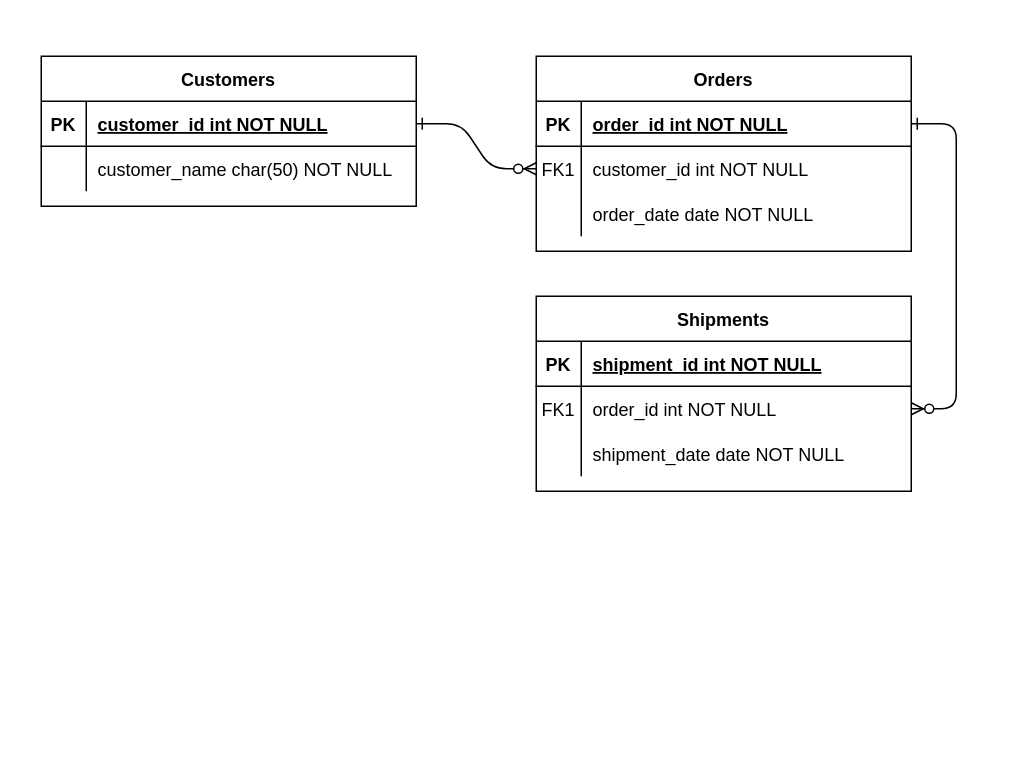
Before: erd/Hospital Management System.drawio in melvinchia3636/erd, a draw.io diagram. Source tidied: cells renumbered, new cells numbered last; positions are measured from the earlier drawing's top-left corner, leaving out a move shared by most shapes. Both pictures are drawn from the tidied source at 150%, with x=0, y=0 at pixel (40, 56).
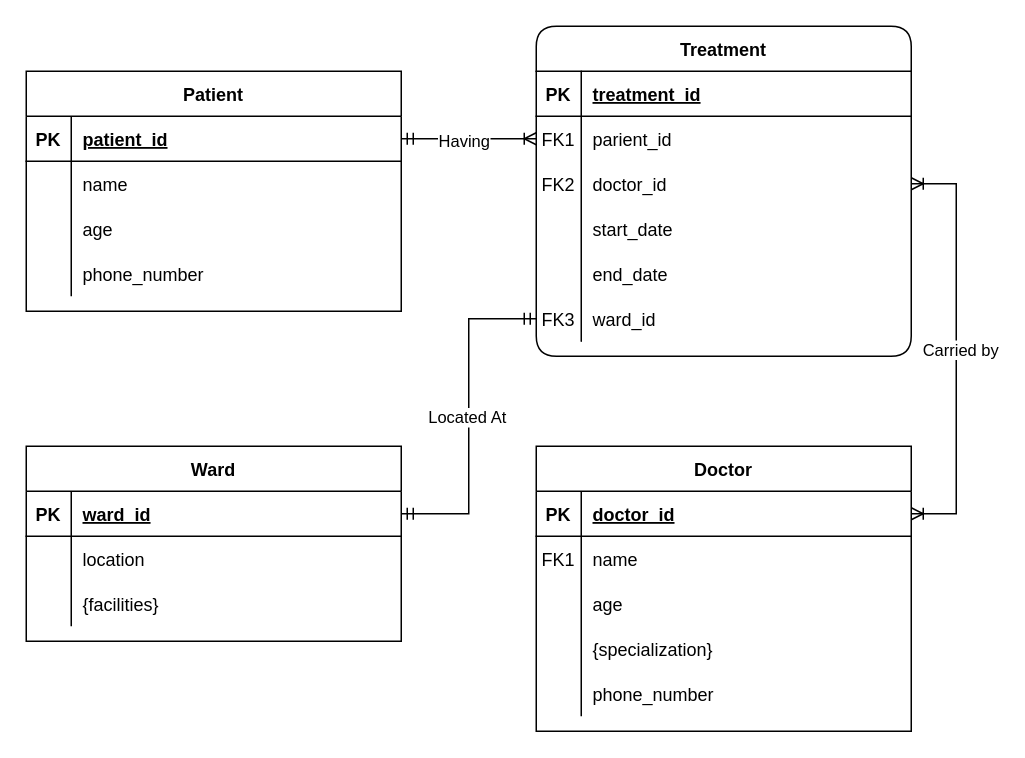
The same diagram, later.

Unchanged cells that the change refers to:
```xml
<mxCell id="5" style="shape=partialRectangle;fillColor=none;points=[[0,0.5],[1,0.5]];portConstraint=eastwest;top=0;left=0;right=0;bottom=1;" parent="4" vertex="1">
  <mxGeometry y="30" width="250" height="30" as="geometry" />
</mxCell>
<mxCell id="8" style="shape=partialRectangle;fillColor=none;points=[[0,0.5],[1,0.5]];portConstraint=eastwest;top=0;left=0;right=0;bottom=0;" parent="4" vertex="1">
  <mxGeometry y="60" width="250" height="30" as="geometry" />
</mxCell>
<mxCell id="15" style="shape=partialRectangle;fillColor=none;points=[[0,0.5],[1,0.5]];portConstraint=eastwest;top=0;left=0;right=0;bottom=1;" parent="14" vertex="1">
  <mxGeometry y="30" width="250" height="30" as="geometry" />
</mxCell>
<mxCell id="18" style="shape=partialRectangle;fillColor=none;points=[[0,0.5],[1,0.5]];portConstraint=eastwest;top=0;left=0;right=0;bottom=0;" parent="14" vertex="1">
  <mxGeometry y="60" width="250" height="30" as="geometry" />
</mxCell>
<mxCell id="21" style="shape=partialRectangle;fillColor=none;top=0;left=0;right=0;bottom=0;" parent="14" vertex="1">
  <mxGeometry y="90" width="250" height="30" as="geometry" />
</mxCell>
<mxCell id="25" style="shape=partialRectangle;fillColor=none;points=[[0,0.5],[1,0.5]];portConstraint=eastwest;top=0;left=0;right=0;bottom=1;" parent="24" vertex="1">
  <mxGeometry y="30" width="250" height="30" as="geometry" />
</mxCell>
<mxCell id="28" style="shape=partialRectangle;fillColor=none;top=0;left=0;right=0;bottom=0;" parent="24" vertex="1">
  <mxGeometry y="60" width="250" height="30" as="geometry" />
</mxCell>
```

Change to the diagram source:
```diff
@@
-    <mxCell id="2" style="edgeStyle=entityRelationEdgeStyle;endArrow=ERzeroToMany;startArrow=ERone;endFill=1;startFill=0;" parent="1" edge="1" source="25" target="8">
+    <mxCell id="2" style="edgeStyle=orthogonalEdgeStyle;endArrow=ERoneToMany;startArrow=ERmandOne;endFill=0;startFill=0;rounded=0;curved=0;" parent="1" edge="1" source="25" target="8">
       <mxGeometry relative="1" as="geometry" />
     </mxCell>
+    <mxCell id="31" value="Having" style="edgeLabel;html=1;align=center;verticalAlign=middle;" parent="2" vertex="1">
+      <mxGeometry x="-0.08" y="-1" relative="1" as="geometry" />
+    </mxCell>
-    <mxCell id="3" style="edgeStyle=entityRelationEdgeStyle;endArrow=ERzeroToMany;startArrow=ERone;endFill=1;startFill=0;" parent="1" edge="1" source="5" target="18">
+    <mxCell id="3" style="edgeStyle=entityRelationEdgeStyle;endArrow=ERoneToMany;startArrow=ERoneToMany;endFill=0;startFill=0;exitX=1;exitY=0.5;exitDx=0;exitDy=0;entryX=1;entryY=0.5;entryDx=0;entryDy=0;rounded=0;curved=0;" parent="1" edge="1" source="33" target="15">
       <mxGeometry relative="1" as="geometry" />
     </mxCell>
+    <mxCell id="32" value="Carried by" style="edgeLabel;html=1;align=center;verticalAlign=middle;" parent="3" vertex="1">
+      <mxGeometry y="2" relative="1" as="geometry" />
+    </mxCell>
-    <mxCell id="4" value="Orders" style="shape=table;startSize=30;childLayout=tableLayout;rowLines=0;fontStyle=1;align=center;" parent="1" vertex="1">
-      <mxGeometry x="330" width="250" height="130" as="geometry" />
+    <mxCell id="4" value="Treatment" style="shape=table;startSize=30;childLayout=tableLayout;rowLines=0;fontStyle=1;align=center;perimeterSpacing=100;linecap=round;linejoin=round;perimeter=ellipsePerimeter;rounded=1;" parent="1" vertex="1">
+      <mxGeometry x="330" y="-20" width="250" height="220" as="geometry" />
     </mxCell>
@@
-    <mxCell id="7" value="order_id int NOT NULL " style="shape=partialRectangle;overflow=hidden;fillColor=none;top=0;left=0;bottom=0;right=0;align=left;spacingLeft=6;fontStyle=5;" parent="5" vertex="1">
+    <mxCell id="7" value="treatment_id" style="shape=partialRectangle;overflow=hidden;fillColor=none;top=0;left=0;bottom=0;right=0;align=left;spacingLeft=6;fontStyle=5;" parent="5" vertex="1">
       <mxGeometry x="30" width="220" height="30" as="geometry" />
     </mxCell>
@@
-    <mxCell id="10" value="customer_id int NOT NULL" style="shape=partialRectangle;overflow=hidden;fillColor=none;top=0;left=0;bottom=0;right=0;align=left;spacingLeft=6;" parent="8" vertex="1">
+    <mxCell id="10" value="parient_id" style="shape=partialRectangle;overflow=hidden;fillColor=none;top=0;left=0;bottom=0;right=0;align=left;spacingLeft=6;" parent="8" vertex="1">
       <mxGeometry x="30" width="220" height="30" as="geometry" />
     </mxCell>
+    <mxCell id="33" style="shape=partialRectangle;fillColor=none;points=[[0,0.5],[1,0.5]];portConstraint=eastwest;top=0;left=0;right=0;bottom=0;" parent="4" vertex="1">
+      <mxGeometry y="90" width="250" height="30" as="geometry" />
+    </mxCell>
+    <mxCell id="34" value="FK2" style="shape=partialRectangle;overflow=hidden;fillColor=none;top=0;left=0;bottom=0;right=0;" parent="33" vertex="1">
+      <mxGeometry width="30" height="30" as="geometry" />
+    </mxCell>
+    <mxCell id="35" value="doctor_id" style="shape=partialRectangle;overflow=hidden;fillColor=none;top=0;left=0;bottom=0;right=0;align=left;spacingLeft=6;" parent="33" vertex="1">
+      <mxGeometry x="30" width="220" height="30" as="geometry" />
+    </mxCell>
     <mxCell id="11" style="shape=partialRectangle;fillColor=none;top=0;left=0;right=0;bottom=0;" parent="4" vertex="1">
-      <mxGeometry y="90" width="250" height="30" as="geometry" />
+      <mxGeometry y="120" width="250" height="30" as="geometry" />
     </mxCell>
@@
-    <mxCell id="13" value="order_date date NOT NULL" style="shape=partialRectangle;overflow=hidden;fillColor=none;top=0;left=0;bottom=0;right=0;align=left;spacingLeft=6;" parent="11" vertex="1">
+    <mxCell id="13" value="start_date" style="shape=partialRectangle;overflow=hidden;fillColor=none;top=0;left=0;bottom=0;right=0;align=left;spacingLeft=6;" parent="11" vertex="1">
       <mxGeometry x="30" width="220" height="30" as="geometry" />
     </mxCell>
+    <mxCell id="36" style="shape=partialRectangle;fillColor=none;top=0;left=0;right=0;bottom=0;" parent="4" vertex="1">
+      <mxGeometry y="150" width="250" height="30" as="geometry" />
+    </mxCell>
+    <mxCell id="37" style="shape=partialRectangle;overflow=hidden;fillColor=none;top=0;left=0;bottom=0;right=0;" parent="36" vertex="1">
+      <mxGeometry width="30" height="30" as="geometry" />
+    </mxCell>
+    <mxCell id="38" value="end_date" style="shape=partialRectangle;overflow=hidden;fillColor=none;top=0;left=0;bottom=0;right=0;align=left;spacingLeft=6;" parent="36" vertex="1">
+      <mxGeometry x="30" width="220" height="30" as="geometry" />
+    </mxCell>
+    <mxCell id="39" style="shape=partialRectangle;fillColor=none;points=[[0,0.5],[1,0.5]];portConstraint=eastwest;top=0;left=0;right=0;bottom=0;" parent="4" vertex="1">
+      <mxGeometry y="180" width="250" height="30" as="geometry" />
+    </mxCell>
+    <mxCell id="40" value="FK3" style="shape=partialRectangle;overflow=hidden;fillColor=none;top=0;left=0;bottom=0;right=0;" parent="39" vertex="1">
+      <mxGeometry width="30" height="30" as="geometry" />
+    </mxCell>
+    <mxCell id="41" value="ward_id" style="shape=partialRectangle;overflow=hidden;fillColor=none;top=0;left=0;bottom=0;right=0;align=left;spacingLeft=6;" parent="39" vertex="1">
+      <mxGeometry x="30" width="220" height="30" as="geometry" />
+    </mxCell>
-    <mxCell id="14" value="Shipments" style="shape=table;startSize=30;childLayout=tableLayout;rowLines=0;fontStyle=1;align=center;" parent="1" vertex="1">
-      <mxGeometry x="330" y="160" width="250" height="130" as="geometry" />
+    <mxCell id="14" value="Doctor" style="shape=table;startSize=30;childLayout=tableLayout;rowLines=0;fontStyle=1;align=center;" parent="1" vertex="1">
+      <mxGeometry x="330" y="260" width="250" height="190" as="geometry" />
     </mxCell>
@@
-    <mxCell id="17" value="shipment_id int NOT NULL " style="shape=partialRectangle;overflow=hidden;fillColor=none;top=0;left=0;bottom=0;right=0;align=left;spacingLeft=6;fontStyle=5;" parent="15" vertex="1">
+    <mxCell id="17" value="doctor_id" style="shape=partialRectangle;overflow=hidden;fillColor=none;top=0;left=0;bottom=0;right=0;align=left;spacingLeft=6;fontStyle=5;" parent="15" vertex="1">
       <mxGeometry x="30" width="220" height="30" as="geometry" />
     </mxCell>
@@
-    <mxCell id="20" value="order_id int NOT NULL" style="shape=partialRectangle;overflow=hidden;fillColor=none;top=0;left=0;bottom=0;right=0;align=left;spacingLeft=6;" parent="18" vertex="1">
+    <mxCell id="20" value="name" style="shape=partialRectangle;overflow=hidden;fillColor=none;top=0;left=0;bottom=0;right=0;align=left;spacingLeft=6;" parent="18" vertex="1">
       <mxGeometry x="30" width="220" height="30" as="geometry" />
     </mxCell>
@@
-    <mxCell id="23" value="shipment_date date NOT NULL" style="shape=partialRectangle;overflow=hidden;fillColor=none;top=0;left=0;bottom=0;right=0;align=left;spacingLeft=6;" parent="21" vertex="1">
+    <mxCell id="23" value="age" style="shape=partialRectangle;overflow=hidden;fillColor=none;top=0;left=0;bottom=0;right=0;align=left;spacingLeft=6;" parent="21" vertex="1">
       <mxGeometry x="30" width="220" height="30" as="geometry" />
     </mxCell>
+    <mxCell id="42" style="shape=partialRectangle;fillColor=none;top=0;left=0;right=0;bottom=0;" parent="14" vertex="1">
+      <mxGeometry y="120" width="250" height="30" as="geometry" />
+    </mxCell>
+    <mxCell id="43" style="shape=partialRectangle;overflow=hidden;fillColor=none;top=0;left=0;bottom=0;right=0;" parent="42" vertex="1">
+      <mxGeometry width="30" height="30" as="geometry" />
+    </mxCell>
+    <mxCell id="44" value="{specialization}" style="shape=partialRectangle;overflow=hidden;fillColor=none;top=0;left=0;bottom=0;right=0;align=left;spacingLeft=6;" parent="42" vertex="1">
+      <mxGeometry x="30" width="220" height="30" as="geometry" />
+    </mxCell>
+    <mxCell id="45" style="shape=partialRectangle;fillColor=none;top=0;left=0;right=0;bottom=0;" parent="14" vertex="1">
+      <mxGeometry y="150" width="250" height="30" as="geometry" />
+    </mxCell>
+    <mxCell id="46" style="shape=partialRectangle;overflow=hidden;fillColor=none;top=0;left=0;bottom=0;right=0;" parent="45" vertex="1">
+      <mxGeometry width="30" height="30" as="geometry" />
+    </mxCell>
+    <mxCell id="47" value="phone_number" style="shape=partialRectangle;overflow=hidden;fillColor=none;top=0;left=0;bottom=0;right=0;align=left;spacingLeft=6;" parent="45" vertex="1">
+      <mxGeometry x="30" width="220" height="30" as="geometry" />
+    </mxCell>
-    <mxCell id="24" value="Customers" style="shape=table;startSize=30;childLayout=tableLayout;rowLines=0;fontStyle=1;align=center;" parent="1" vertex="1">
-      <mxGeometry width="250" height="100" as="geometry" />
+    <mxCell id="24" value="Patient" style="shape=table;startSize=30;childLayout=tableLayout;rowLines=0;fontStyle=1;align=center;" parent="1" vertex="1">
+      <mxGeometry x="-10" y="10" width="250" height="160" as="geometry" />
     </mxCell>
@@
-    <mxCell id="27" value="customer_id int NOT NULL " style="shape=partialRectangle;overflow=hidden;fillColor=none;top=0;left=0;bottom=0;right=0;align=left;spacingLeft=6;fontStyle=5;" parent="25" vertex="1">
+    <mxCell id="27" value="patient_id" style="shape=partialRectangle;overflow=hidden;fillColor=none;top=0;left=0;bottom=0;right=0;align=left;spacingLeft=6;fontStyle=5;" parent="25" vertex="1">
       <mxGeometry x="30" width="220" height="30" as="geometry" />
     </mxCell>
@@
-    <mxCell id="30" value="customer_name char(50) NOT NULL" style="shape=partialRectangle;overflow=hidden;fillColor=none;top=0;left=0;bottom=0;right=0;align=left;spacingLeft=6;" parent="28" vertex="1">
+    <mxCell id="30" value="name" style="shape=partialRectangle;overflow=hidden;fillColor=none;top=0;left=0;bottom=0;right=0;align=left;spacingLeft=6;" parent="28" vertex="1">
       <mxGeometry x="30" width="220" height="30" as="geometry" />
     </mxCell>
+    <mxCell id="48" style="shape=partialRectangle;fillColor=none;top=0;left=0;right=0;bottom=0;" parent="24" vertex="1">
+      <mxGeometry y="90" width="250" height="30" as="geometry" />
+    </mxCell>
+    <mxCell id="49" style="shape=partialRectangle;overflow=hidden;fillColor=none;top=0;left=0;bottom=0;right=0;" parent="48" vertex="1">
+      <mxGeometry width="30" height="30" as="geometry" />
+    </mxCell>
+    <mxCell id="50" value="age" style="shape=partialRectangle;overflow=hidden;fillColor=none;top=0;left=0;bottom=0;right=0;align=left;spacingLeft=6;" parent="48" vertex="1">
+      <mxGeometry x="30" width="220" height="30" as="geometry" />
+    </mxCell>
+    <mxCell id="51" style="shape=partialRectangle;fillColor=none;top=0;left=0;right=0;bottom=0;" parent="24" vertex="1">
+      <mxGeometry y="120" width="250" height="30" as="geometry" />
+    </mxCell>
+    <mxCell id="52" style="shape=partialRectangle;overflow=hidden;fillColor=none;top=0;left=0;bottom=0;right=0;" parent="51" vertex="1">
+      <mxGeometry width="30" height="30" as="geometry" />
+    </mxCell>
+    <mxCell id="53" value="phone_number" style="shape=partialRectangle;overflow=hidden;fillColor=none;top=0;left=0;bottom=0;right=0;align=left;spacingLeft=6;" parent="51" vertex="1">
+      <mxGeometry x="30" width="220" height="30" as="geometry" />
+    </mxCell>
+    <mxCell id="54" style="rounded=0;jettySize=auto;html=1;exitX=1;exitY=0.5;exitDx=0;exitDy=0;strokeColor=default;startArrow=ERmandOne;startFill=0;endArrow=ERmandOne;endFill=0;entryX=0;entryY=0.5;entryDx=0;entryDy=0;edgeStyle=orthogonalEdgeStyle;" parent="1" edge="1" source="57" target="39">
+      <mxGeometry relative="1" as="geometry" />
+    </mxCell>
+    <mxCell id="55" value="Located At" style="edgeLabel;html=1;align=center;verticalAlign=middle;" parent="54" vertex="1">
+      <mxGeometry y="2" relative="1" as="geometry" />
+    </mxCell>
+    <mxCell id="56" value="Ward" style="shape=table;startSize=30;childLayout=tableLayout;rowLines=0;fontStyle=1;align=center;" parent="1" vertex="1">
+      <mxGeometry x="-10" y="260" width="250" height="130" as="geometry" />
+    </mxCell>
+    <mxCell id="57" style="shape=partialRectangle;fillColor=none;points=[[0,0.5],[1,0.5]];portConstraint=eastwest;top=0;left=0;right=0;bottom=1;" parent="56" vertex="1">
+      <mxGeometry y="30" width="250" height="30" as="geometry" />
+    </mxCell>
+    <mxCell id="58" value="PK" style="shape=partialRectangle;overflow=hidden;fillColor=none;top=0;left=0;bottom=0;right=0;fontStyle=1;" parent="57" vertex="1">
+      <mxGeometry width="30" height="30" as="geometry" />
+    </mxCell>
+    <mxCell id="59" value="ward_id" style="shape=partialRectangle;overflow=hidden;fillColor=none;top=0;left=0;bottom=0;right=0;align=left;spacingLeft=6;fontStyle=5;" parent="57" vertex="1">
+      <mxGeometry x="30" width="220" height="30" as="geometry" />
+    </mxCell>
+    <mxCell id="60" style="shape=partialRectangle;fillColor=none;top=0;left=0;right=0;bottom=0;" parent="56" vertex="1">
+      <mxGeometry y="60" width="250" height="30" as="geometry" />
+    </mxCell>
+    <mxCell id="61" style="shape=partialRectangle;overflow=hidden;fillColor=none;top=0;left=0;bottom=0;right=0;" parent="60" vertex="1">
+      <mxGeometry width="30" height="30" as="geometry" />
+    </mxCell>
+    <mxCell id="62" value="location" style="shape=partialRectangle;overflow=hidden;fillColor=none;top=0;left=0;bottom=0;right=0;align=left;spacingLeft=6;" parent="60" vertex="1">
+      <mxGeometry x="30" width="220" height="30" as="geometry" />
+    </mxCell>
+    <mxCell id="63" style="shape=partialRectangle;fillColor=none;top=0;left=0;right=0;bottom=0;" parent="56" vertex="1">
+      <mxGeometry y="90" width="250" height="30" as="geometry" />
+    </mxCell>
+    <mxCell id="64" style="shape=partialRectangle;overflow=hidden;fillColor=none;top=0;left=0;bottom=0;right=0;" parent="63" vertex="1">
+      <mxGeometry width="30" height="30" as="geometry" />
+    </mxCell>
+    <mxCell id="65" value="{facilities}" style="shape=partialRectangle;overflow=hidden;fillColor=none;top=0;left=0;bottom=0;right=0;align=left;spacingLeft=6;" parent="63" vertex="1">
+      <mxGeometry x="30" width="220" height="30" as="geometry" />
+    </mxCell>
```
